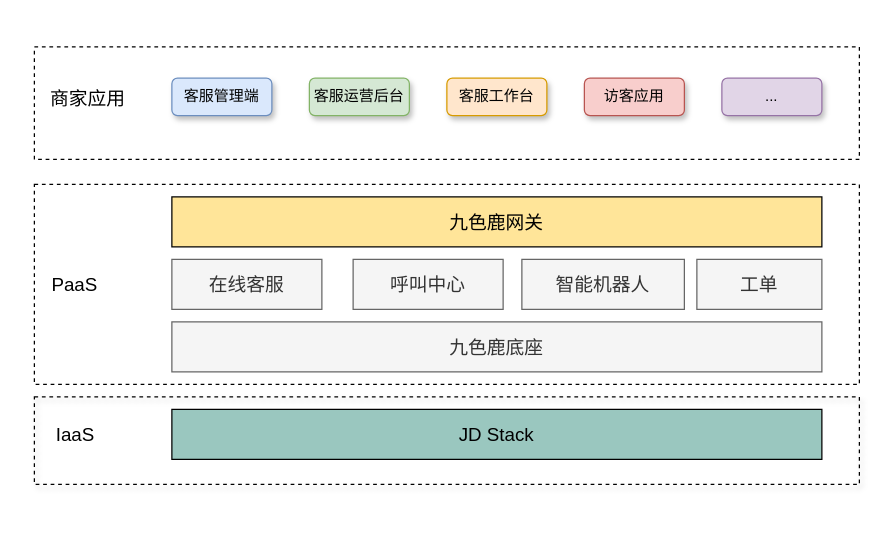
Earlier version of the draw.io diagram paas_public.drawio (greenabyss/image). Source tidied: cells renumbered, new cells numbered last; positions are measured from the earlier drawing's top-left corner, leaving out a move shared by most shapes. Both pictures are drawn from the tidied source at 125%, with x=0, y=0 at pixel (21, 46).
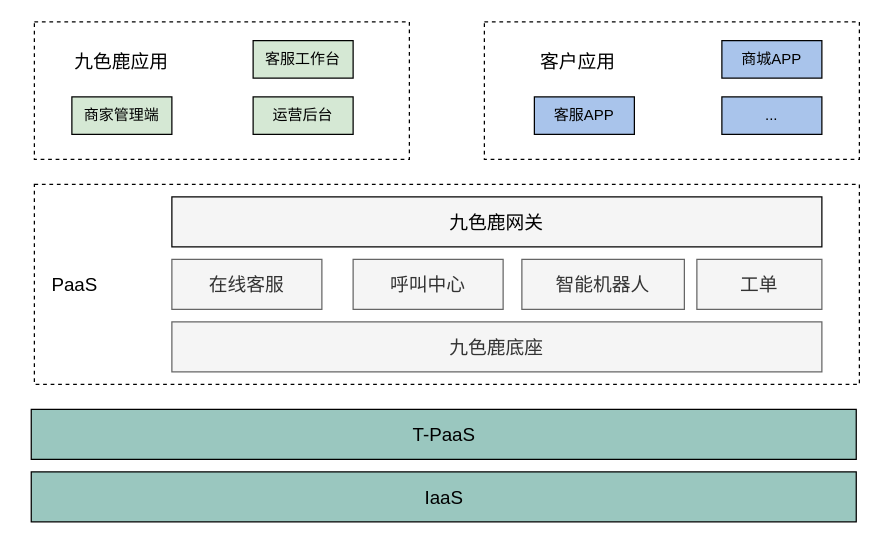
The same diagram, later.

Diff of the diagram source:
```diff
@@
-    <mxCell id="2" style="rounded=0;whiteSpace=wrap;html=1;shadow=1;dashed=1;fillColor=none;" parent="1" vertex="1">
-      <mxGeometry x="10" y="280" width="660" height="70" as="geometry" />
-    </mxCell>
@@
     <mxCell id="4" style="rounded=0;whiteSpace=wrap;html=1;dashed=1;fillColor=none;" parent="1" vertex="1">
-      <mxGeometry x="10" width="660" height="90" as="geometry" />
+      <mxGeometry x="370" y="-20" width="300" height="110" as="geometry" />
     </mxCell>
@@
-    <mxCell id="6" value="客服管理端" style="rounded=1;whiteSpace=wrap;html=1;fillColor=#dae8fc;strokeColor=#6c8ebf;shadow=1;" parent="1" vertex="1">
-      <mxGeometry x="120" y="25" width="80" height="30" as="geometry" />
-    </mxCell>
-    <mxCell id="7" value="客服运营后台" style="rounded=1;whiteSpace=wrap;html=1;fillColor=#d5e8d4;strokeColor=#82b366;shadow=1;" parent="1" vertex="1">
-      <mxGeometry x="230" y="25" width="80" height="30" as="geometry" />
+    <mxCell id="7" value="客服APP" style="rounded=0;whiteSpace=wrap;html=1;shadow=0;fillColor=#A9C4EB;" parent="1" vertex="1">
+      <mxGeometry x="410" y="40" width="80" height="30" as="geometry" />
     </mxCell>
-    <mxCell id="8" value="客服工作台" style="rounded=1;whiteSpace=wrap;html=1;fillColor=#ffe6cc;strokeColor=#d79b00;shadow=1;" parent="1" vertex="1">
-      <mxGeometry x="340" y="25" width="80" height="30" as="geometry" />
+    <mxCell id="8" value="商城APP" style="rounded=0;whiteSpace=wrap;html=1;shadow=0;fillColor=#A9C4EB;" parent="1" vertex="1">
+      <mxGeometry x="560" y="-5" width="80" height="30" as="geometry" />
     </mxCell>
-    <mxCell id="9" value="访客应用" style="rounded=1;whiteSpace=wrap;html=1;fillColor=#f8cecc;strokeColor=#b85450;shadow=1;" parent="1" vertex="1">
-      <mxGeometry x="450" y="25" width="80" height="30" as="geometry" />
-    </mxCell>
-    <mxCell id="10" value="&lt;font style=&quot;font-size: 15px&quot;&gt;JD Stack&lt;/font&gt;" style="rounded=0;whiteSpace=wrap;html=1;fillColor=#9AC7BF;" parent="1" vertex="1">
-      <mxGeometry x="120" y="290" width="520" height="40" as="geometry" />
+    <mxCell id="10" value="&lt;font style=&quot;font-size: 15px&quot;&gt;IaaS&lt;/font&gt;" style="rounded=0;whiteSpace=wrap;html=1;fillColor=#9AC7BF;" parent="1" vertex="1">
+      <mxGeometry x="7.5" y="340" width="660" height="40" as="geometry" />
     </mxCell>
-    <mxCell id="11" value="&lt;font style=&quot;font-size: 15px&quot;&gt;商家应用&lt;/font&gt;" style="text;html=1;strokeColor=none;fillColor=none;align=center;verticalAlign=middle;whiteSpace=wrap;rounded=0;dashed=1;" parent="1" vertex="1">
-      <mxGeometry x="7.5" y="40" width="90" as="geometry" />
+    <mxCell id="11" value="&lt;font style=&quot;font-size: 15px&quot;&gt;客户应用&lt;/font&gt;" style="text;html=1;strokeColor=none;fillColor=none;align=center;verticalAlign=middle;whiteSpace=wrap;rounded=0;dashed=1;" parent="1" vertex="1">
+      <mxGeometry x="400" y="10" width="90" as="geometry" />
     </mxCell>
-    <mxCell id="12" value="&lt;font style=&quot;font-size: 15px&quot;&gt;IaaS&lt;/font&gt;" style="text;html=1;strokeColor=none;fillColor=none;align=center;verticalAlign=middle;whiteSpace=wrap;rounded=0;dashed=1;" parent="1" vertex="1">
-      <mxGeometry x="22.5" y="300" width="40" height="20" as="geometry" />
-    </mxCell>
@@
-    <mxCell id="17" value="..." style="rounded=1;whiteSpace=wrap;html=1;fillColor=#e1d5e7;strokeColor=#9673a6;shadow=1;" parent="1" vertex="1">
-      <mxGeometry x="560" y="25" width="80" height="30" as="geometry" />
+    <mxCell id="17" value="..." style="rounded=0;whiteSpace=wrap;html=1;shadow=0;fillColor=#A9C4EB;" parent="1" vertex="1">
+      <mxGeometry x="560" y="40" width="80" height="30" as="geometry" />
     </mxCell>
-    <mxCell id="18" value="&lt;font style=&quot;font-size: 15px&quot;&gt;九色鹿网关&lt;/font&gt;" style="rounded=0;whiteSpace=wrap;html=1;fillColor=#FFE599;" parent="1" vertex="1">
+    <mxCell id="18" value="&lt;font style=&quot;font-size: 15px&quot;&gt;九色鹿网关&lt;/font&gt;" style="rounded=0;whiteSpace=wrap;html=1;fillColor=#F5F5F5;" parent="1" vertex="1">
       <mxGeometry x="120" y="120" width="520" height="40" as="geometry" />
     </mxCell>
@@
+    <mxCell id="20" value="&lt;font style=&quot;font-size: 15px&quot;&gt;T-PaaS&lt;/font&gt;" style="rounded=0;whiteSpace=wrap;html=1;fillColor=#9AC7BF;" parent="1" vertex="1">
+      <mxGeometry x="7.5" y="290" width="660" height="40" as="geometry" />
+    </mxCell>
+    <mxCell id="21" style="rounded=0;whiteSpace=wrap;html=1;dashed=1;fillColor=none;" parent="1" vertex="1">
+      <mxGeometry x="10" y="-20" width="300" height="110" as="geometry" />
+    </mxCell>
+    <mxCell id="22" value="商家管理端" style="rounded=0;whiteSpace=wrap;html=1;shadow=0;fillColor=#D5E8D4;" parent="1" vertex="1">
+      <mxGeometry x="40" y="40" width="80" height="30" as="geometry" />
+    </mxCell>
+    <mxCell id="23" value="客服工作台" style="rounded=0;whiteSpace=wrap;html=1;shadow=0;fillColor=#D5E8D4;" parent="1" vertex="1">
+      <mxGeometry x="185" y="-5" width="80" height="30" as="geometry" />
+    </mxCell>
+    <mxCell id="24" value="&lt;font style=&quot;font-size: 15px&quot;&gt;九色鹿应用&lt;/font&gt;" style="text;html=1;strokeColor=none;fillColor=none;align=center;verticalAlign=middle;whiteSpace=wrap;rounded=0;dashed=1;" parent="1" vertex="1">
+      <mxGeometry x="35" y="10" width="90" as="geometry" />
+    </mxCell>
+    <mxCell id="25" value="运营后台" style="rounded=0;whiteSpace=wrap;html=1;shadow=0;fillColor=#D5E8D4;" parent="1" vertex="1">
+      <mxGeometry x="185" y="40" width="80" height="30" as="geometry" />
+    </mxCell>
```
